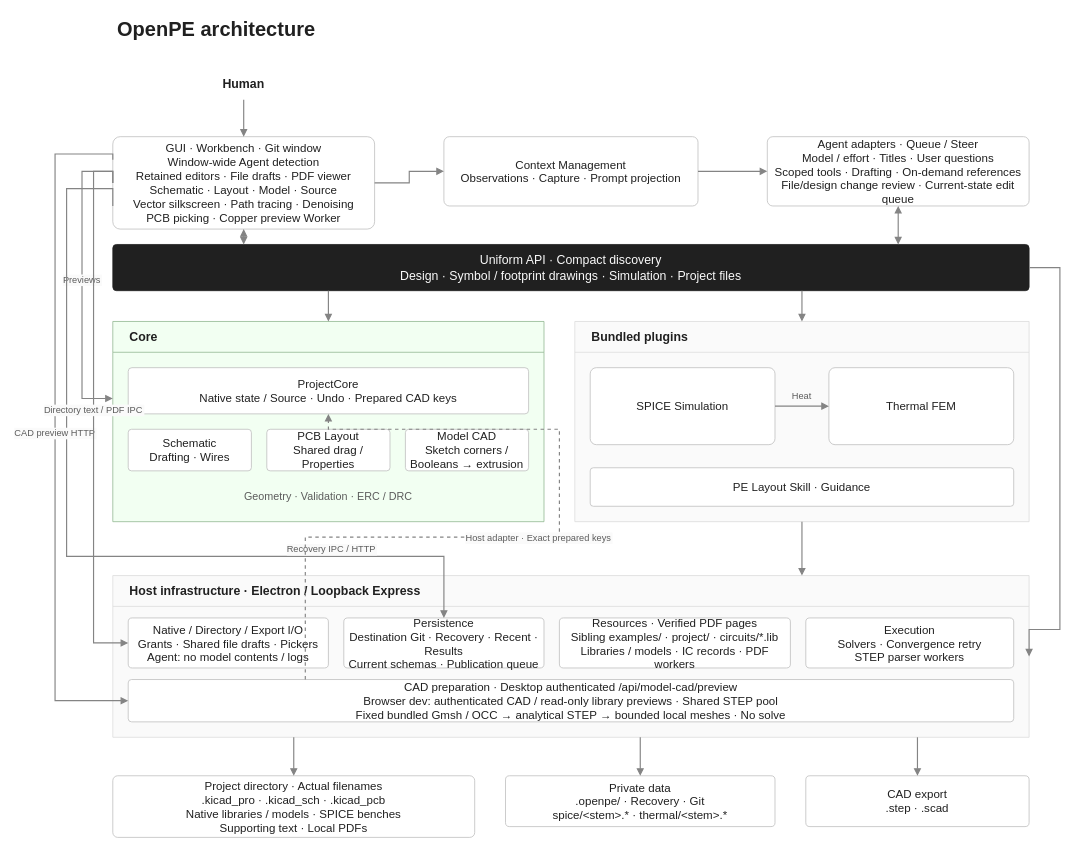
Above: assets/architecture.drawio in Open-Power-Electronics/OpenPE (draw.io), before the change. Source tidied: cells renumbered, new cells numbered last; positions are measured from the earlier drawing's top-left corner, leaving out a move shared by most shapes. Both pictures are drawn from the tidied source at 77%, with x=0, y=0 at pixel (55, 13).
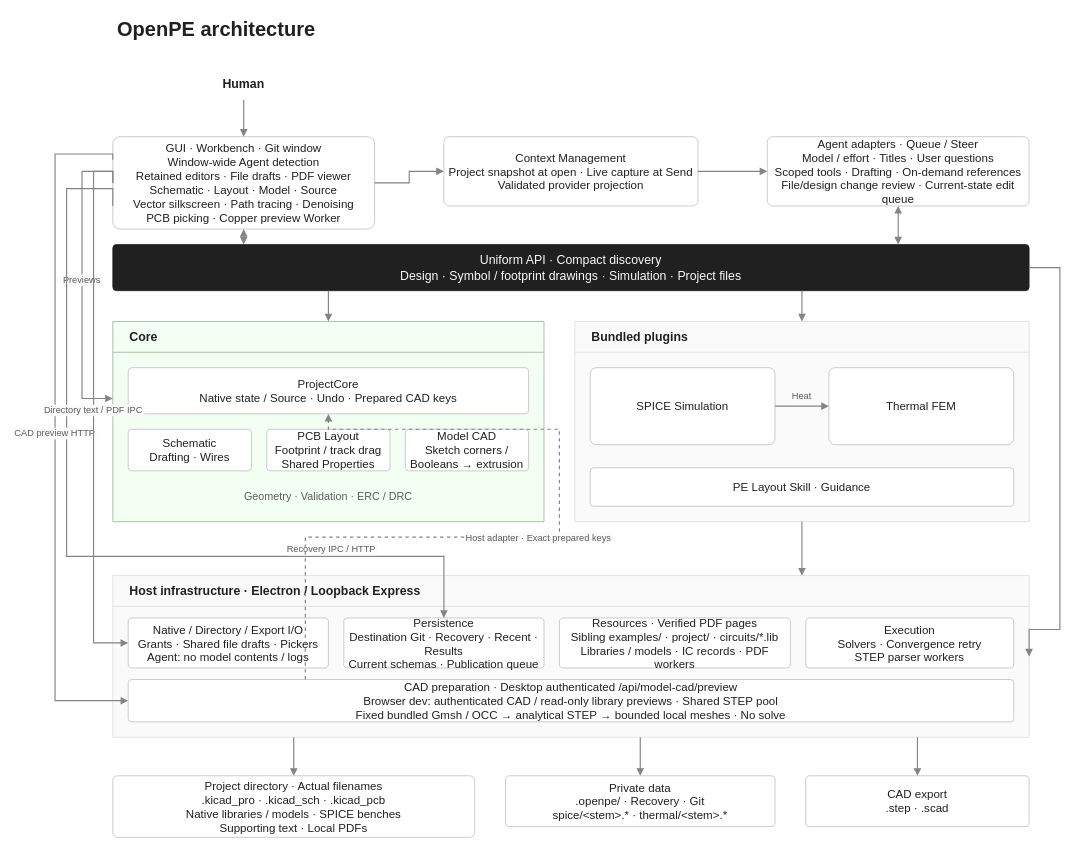
After the change.

The change refers to these unchanged cells:
```xml
<mxCell id="8" value="Core" style="swimlane;html=0;whiteSpace=wrap;fontFamily=Arial;fontSize=16;fontColor=#202020;fillColor=#f2fff2;strokeColor=#8fb58f;strokeWidth=1;shadow=0;arcSize=8;fontStyle=1;align=left;verticalAlign=middle;horizontal=1;startSize=40;swimlaneFillColor=#f2fff2;spacingLeft=20;" parent="1" vertex="1">
  <mxGeometry x="75" y="400" width="560" height="260" as="geometry" />
</mxCell>
```

Change to the diagram source:
```diff
@@
-    <mxCell id="5" value="Context Management&#10;Observations · Capture · Prompt projection" style="rounded=1;html=0;whiteSpace=wrap;fontFamily=Arial;fontSize=15;fontColor=#202020;fillColor=#ffffff;strokeColor=#bdbdbd;strokeWidth=1;shadow=0;arcSize=8;fontStyle=0;align=center;verticalAlign=middle;spacing=6;" parent="1" vertex="1">
+    <mxCell id="5" value="Context Management&#10;Project snapshot at open · Live capture at Send&#10;Validated provider projection" style="rounded=1;html=0;whiteSpace=wrap;fontFamily=Arial;fontSize=15;fontColor=#202020;fillColor=#ffffff;strokeColor=#bdbdbd;strokeWidth=1;shadow=0;arcSize=8;fontStyle=0;align=center;verticalAlign=middle;spacing=6;" parent="1" vertex="1">
       <mxGeometry x="505" y="160" width="330" height="90" as="geometry" />
     </mxCell>
@@
-    <mxCell id="11" value="PCB Layout&#10;Shared drag / Properties" style="rounded=1;html=0;whiteSpace=wrap;fontFamily=Arial;fontSize=15;fontColor=#202020;fillColor=#ffffff;strokeColor=#bdbdbd;strokeWidth=1;shadow=0;arcSize=8;fontStyle=0;align=center;verticalAlign=middle;spacing=6;" parent="8" vertex="1">
+    <mxCell id="11" value="PCB Layout&#10;Footprint / track drag&#10;Shared Properties" style="rounded=1;html=0;whiteSpace=wrap;fontFamily=Arial;fontSize=15;fontColor=#202020;fillColor=#ffffff;strokeColor=#bdbdbd;strokeWidth=1;shadow=0;arcSize=8;fontStyle=0;align=center;verticalAlign=middle;spacing=6;" parent="8" vertex="1">
       <mxGeometry x="200" y="140" width="160" height="54" as="geometry" />
     </mxCell>
```
